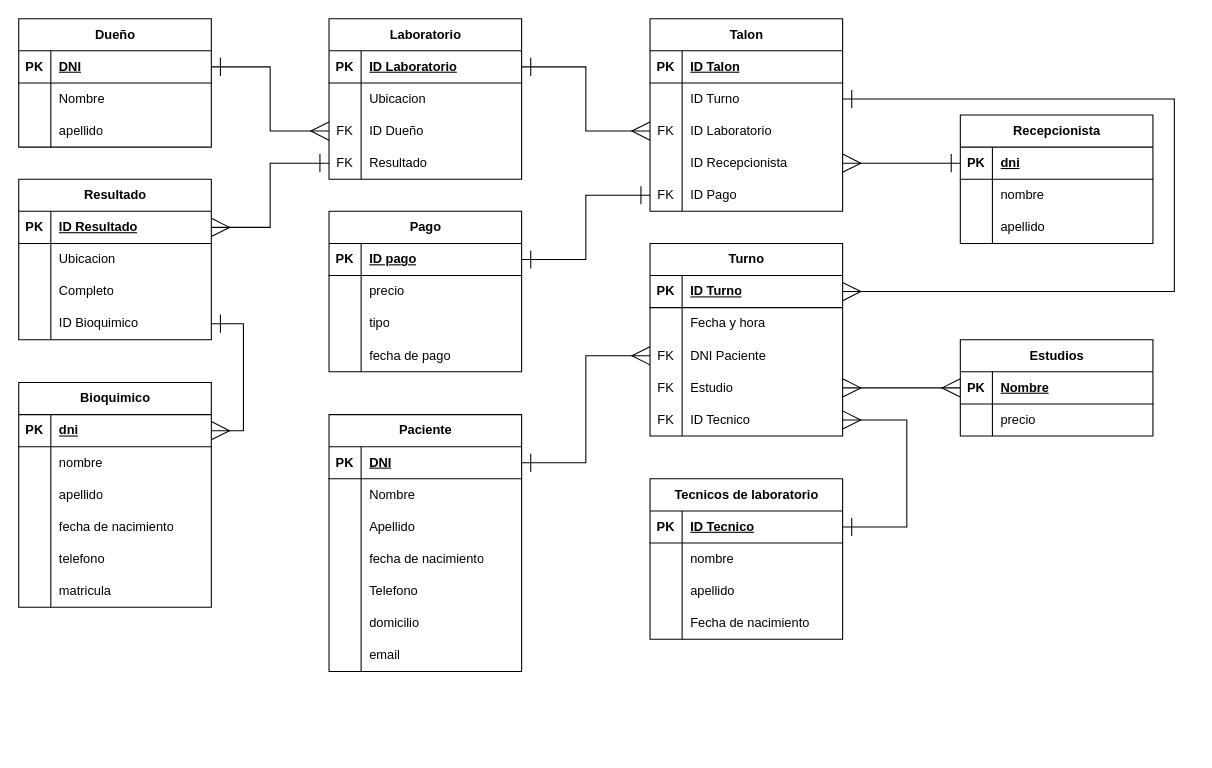
Before: Diagrama.drawio in EmanuelRigo/entrega-final-sql-coderhouse, a draw.io diagram. Source tidied: cells renumbered, new cells numbered last; positions are measured from the earlier drawing's top-left corner, leaving out a move shared by most shapes. Both pictures are drawn from the tidied source at 107%, with x=0, y=0 at pixel (18, 18).
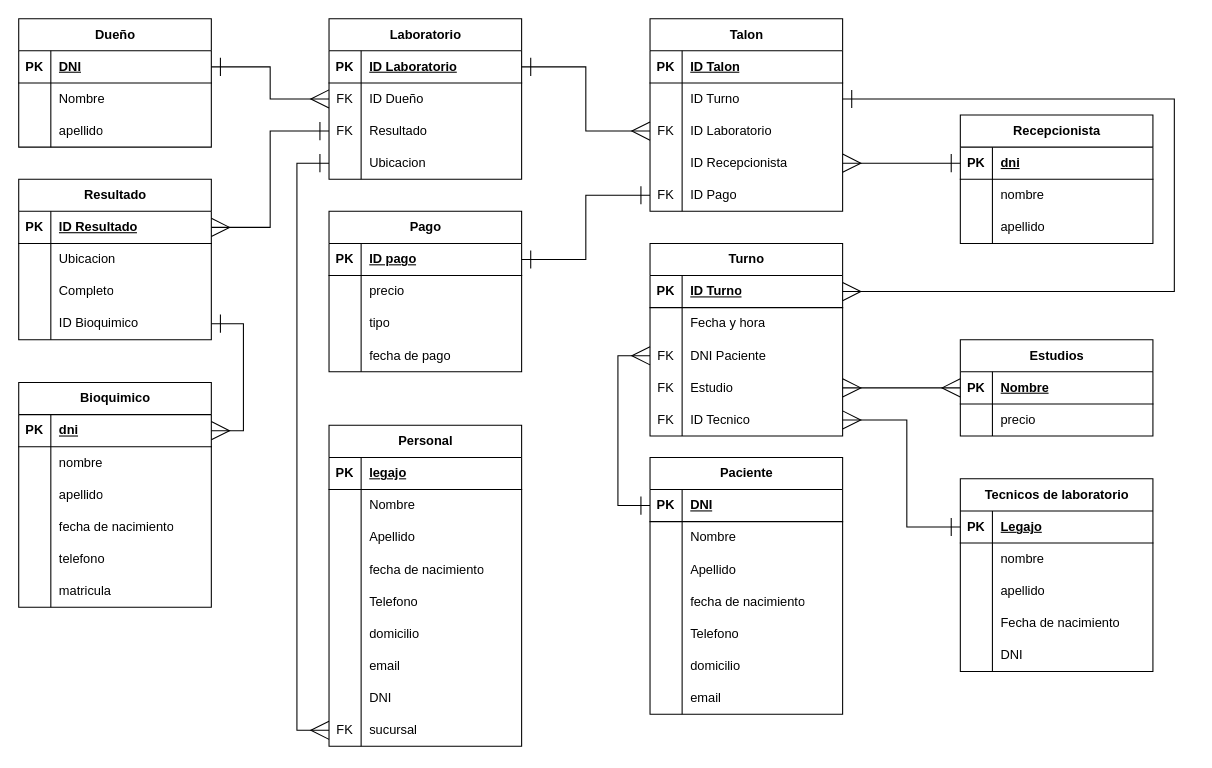
Above is the later version.

The change refers to these unchanged cells:
```xml
<mxCell id="3" style="shape=tableRow;horizontal=0;startSize=0;swimlaneHead=0;swimlaneBody=0;fillColor=none;points=[[0,0.5],[1,0.5]];portConstraint=eastwest;top=0;left=0;right=0;bottom=1;swimlaneLine=1;shadow=0;rounded=0;" parent="2" vertex="1">
  <mxGeometry y="30" width="180" height="30" as="geometry" />
</mxCell>
<mxCell id="32" style="shape=tableRow;horizontal=0;startSize=0;swimlaneHead=0;swimlaneBody=0;fillColor=none;points=[[0,0.5],[1,0.5]];portConstraint=eastwest;top=0;left=0;right=0;bottom=1;swimlaneLine=1;shadow=0;rounded=0;" parent="31" vertex="1">
  <mxGeometry y="30" width="180" height="30" as="geometry" />
</mxCell>
<mxCell id="89" value="Laboratorio" style="shape=table;startSize=30;childLayout=tableLayout;rowLines=0;fontStyle=1;align=center;html=1;fontColor=default;labelBackgroundColor=none;labelBorderColor=none;textShadow=0;" parent="1" vertex="1">
  <mxGeometry x="290" width="180" height="150" as="geometry" />
</mxCell>
<mxCell id="132" style="shape=tableRow;horizontal=0;startSize=0;swimlaneHead=0;swimlaneBody=0;fillColor=none;points=[[0,0.5],[1,0.5]];portConstraint=eastwest;top=0;left=0;right=0;bottom=0;" parent="125" vertex="1">
  <mxGeometry y="90" width="180" height="30" as="geometry" />
</mxCell>
<mxCell id="138" style="shape=tableRow;horizontal=0;startSize=0;swimlaneHead=0;swimlaneBody=0;fillColor=none;points=[[0,0.5],[1,0.5]];portConstraint=eastwest;top=0;left=0;right=0;bottom=0;" parent="125" vertex="1">
  <mxGeometry y="150" width="180" height="30" as="geometry" />
</mxCell>
```

Diff of the diagram source:
```diff
@@
     <mxCell id="2" value="Paciente" style="shape=table;startSize=30;childLayout=tableLayout;rowLines=0;fontStyle=1;align=center;html=1;fontColor=default;labelBackgroundColor=none;labelBorderColor=none;textShadow=0;" parent="1" vertex="1">
-      <mxGeometry x="290" y="370" width="180" height="240" as="geometry" />
+      <mxGeometry x="590" y="410" width="180" height="240" as="geometry" />
     </mxCell>
@@
     <mxCell id="31" value="Tecnicos de laboratorio" style="shape=table;startSize=30;childLayout=tableLayout;rowLines=0;fontStyle=1;align=center;html=1;fontColor=default;labelBackgroundColor=none;labelBorderColor=none;textShadow=0;" parent="1" vertex="1">
-      <mxGeometry x="590" y="430" width="180" height="150" as="geometry" />
+      <mxGeometry x="880" y="430" width="180" height="180" as="geometry" />
     </mxCell>
@@
-    <mxCell id="34" value="ID Tecnico" style="shape=partialRectangle;fillColor=none;top=0;left=0;bottom=0;right=0;align=left;spacingLeft=6;fontStyle=5;overflow=hidden;whiteSpace=wrap;html=1;" parent="32" vertex="1">
+    <mxCell id="34" value="Legajo" style="shape=partialRectangle;fillColor=none;top=0;left=0;bottom=0;right=0;align=left;spacingLeft=6;fontStyle=5;overflow=hidden;whiteSpace=wrap;html=1;" parent="32" vertex="1">
       <mxGeometry x="30" width="150" height="30" as="geometry" />
     </mxCell>
@@
+    <mxCell id="164" style="shape=tableRow;horizontal=0;startSize=0;swimlaneHead=0;swimlaneBody=0;fillColor=none;top=0;left=0;right=0;bottom=0;" parent="31" vertex="1">
+      <mxGeometry y="150" width="180" height="30" as="geometry" />
+    </mxCell>
+    <mxCell id="165" style="shape=partialRectangle;fillColor=none;top=0;left=0;bottom=0;right=0;overflow=hidden;whiteSpace=wrap;html=1;" parent="164" vertex="1">
+      <mxGeometry width="30" height="30" as="geometry" />
+    </mxCell>
+    <mxCell id="166" value="DNI" style="shape=partialRectangle;fillColor=none;top=0;left=0;bottom=0;right=0;align=left;spacingLeft=6;overflow=hidden;whiteSpace=wrap;html=1;" parent="164" vertex="1">
+      <mxGeometry x="30" width="150" height="30" as="geometry" />
+    </mxCell>
@@
-    <mxCell id="93" style="shape=tableRow;horizontal=0;startSize=0;swimlaneHead=0;swimlaneBody=0;fillColor=none;points=[[0,0.5],[1,0.5]];portConstraint=eastwest;top=0;left=0;right=0;bottom=0;" parent="89" vertex="1">
-      <mxGeometry y="60" width="180" height="30" as="geometry" />
-    </mxCell>
-    <mxCell id="94" style="shape=partialRectangle;fillColor=none;top=0;left=0;bottom=0;right=0;overflow=hidden;whiteSpace=wrap;html=1;" parent="93" vertex="1">
-      <mxGeometry width="30" height="30" as="geometry" />
-    </mxCell>
-    <mxCell id="95" value="Ubicacion" style="shape=partialRectangle;fillColor=none;top=0;left=0;bottom=0;right=0;align=left;spacingLeft=6;overflow=hidden;whiteSpace=wrap;html=1;" parent="93" vertex="1">
-      <mxGeometry x="30" width="150" height="30" as="geometry" />
-    </mxCell>
     <mxCell id="96" style="shape=tableRow;horizontal=0;startSize=0;swimlaneHead=0;swimlaneBody=0;fillColor=none;points=[[0,0.5],[1,0.5]];portConstraint=eastwest;top=0;left=0;right=0;bottom=0;" parent="89" vertex="1">
-      <mxGeometry y="90" width="180" height="30" as="geometry" />
+      <mxGeometry y="60" width="180" height="30" as="geometry" />
     </mxCell>
@@
     <mxCell id="99" style="shape=tableRow;horizontal=0;startSize=0;swimlaneHead=0;swimlaneBody=0;fillColor=none;points=[[0,0.5],[1,0.5]];portConstraint=eastwest;top=0;left=0;right=0;bottom=0;" parent="89" vertex="1">
-      <mxGeometry y="120" width="180" height="30" as="geometry" />
+      <mxGeometry y="90" width="180" height="30" as="geometry" />
     </mxCell>
@@
+    <mxCell id="93" style="shape=tableRow;horizontal=0;startSize=0;swimlaneHead=0;swimlaneBody=0;fillColor=none;points=[[0,0.5],[1,0.5]];portConstraint=eastwest;top=0;left=0;right=0;bottom=0;" parent="89" vertex="1">
+      <mxGeometry y="120" width="180" height="30" as="geometry" />
+    </mxCell>
+    <mxCell id="94" style="shape=partialRectangle;fillColor=none;top=0;left=0;bottom=0;right=0;overflow=hidden;whiteSpace=wrap;html=1;" parent="93" vertex="1">
+      <mxGeometry width="30" height="30" as="geometry" />
+    </mxCell>
+    <mxCell id="95" value="Ubicacion" style="shape=partialRectangle;fillColor=none;top=0;left=0;bottom=0;right=0;align=left;spacingLeft=6;overflow=hidden;whiteSpace=wrap;html=1;" parent="93" vertex="1">
+      <mxGeometry x="30" width="150" height="30" as="geometry" />
+    </mxCell>
@@
-    <mxCell id="141" style="edgeStyle=orthogonalEdgeStyle;rounded=0;jettySize=auto;html=1;entryX=1;entryY=0.5;entryDx=0;entryDy=0;endArrow=ERone;endFill=0;strokeWidth=1;endSize=15;sourcePerimeterSpacing=0;shadow=0;flowAnimation=0;startArrow=ERmany;startFill=0;startSize=15;" parent="1" edge="1" source="132" target="3">
+    <mxCell id="141" style="edgeStyle=orthogonalEdgeStyle;rounded=0;jettySize=auto;html=1;entryX=0;entryY=0.5;entryDx=0;entryDy=0;endArrow=ERone;endFill=0;strokeWidth=1;endSize=15;sourcePerimeterSpacing=0;shadow=0;flowAnimation=0;startArrow=ERmany;startFill=0;startSize=15;" parent="1" edge="1" source="132" target="3">
       <mxGeometry relative="1" as="geometry" />
     </mxCell>
@@
-    <mxCell id="145" style="edgeStyle=orthogonalEdgeStyle;shape=connector;rounded=0;jettySize=auto;html=1;exitX=1;exitY=0.5;exitDx=0;exitDy=0;entryX=1;entryY=0.5;entryDx=0;entryDy=0;strokeColor=default;align=center;verticalAlign=middle;fontFamily=Helvetica;fontSize=11;fontColor=default;labelBackgroundColor=default;startArrow=ERone;startFill=0;startSize=15;endArrow=ERmany;endFill=0;endSize=15;" parent="1" edge="1" source="32" target="138">
+    <mxCell id="145" style="edgeStyle=orthogonalEdgeStyle;shape=connector;rounded=0;jettySize=auto;html=1;exitX=0;exitY=0.5;exitDx=0;exitDy=0;entryX=1;entryY=0.5;entryDx=0;entryDy=0;strokeColor=default;align=center;verticalAlign=middle;fontFamily=Helvetica;fontSize=11;fontColor=default;labelBackgroundColor=default;startArrow=ERone;startFill=0;startSize=15;endArrow=ERmany;endFill=0;endSize=15;" parent="1" edge="1" source="32" target="138">
       <mxGeometry relative="1" as="geometry">
         <Array as="points">
           <mxPoint x="830" y="475" />
           <mxPoint x="830" y="375" />
         </Array>
       </mxGeometry>
     </mxCell>
@@
+    <mxCell id="167" value="Personal" style="shape=table;startSize=30;childLayout=tableLayout;rowLines=0;fontStyle=1;align=center;html=1;fontColor=default;labelBackgroundColor=none;labelBorderColor=none;textShadow=0;" parent="1" vertex="1">
+      <mxGeometry x="290" y="380" width="180" height="300" as="geometry" />
+    </mxCell>
+    <mxCell id="168" style="shape=tableRow;horizontal=0;startSize=0;swimlaneHead=0;swimlaneBody=0;fillColor=none;top=0;left=0;right=0;bottom=1;swimlaneLine=1;shadow=0;rounded=0;" parent="167" vertex="1">
+      <mxGeometry y="30" width="180" height="30" as="geometry" />
+    </mxCell>
+    <mxCell id="169" value="PK" style="shape=partialRectangle;fillColor=none;top=0;left=0;bottom=0;right=0;fontStyle=1;overflow=hidden;whiteSpace=wrap;html=1;" parent="168" vertex="1">
+      <mxGeometry width="30" height="30" as="geometry" />
+    </mxCell>
+    <mxCell id="170" value="legajo" style="shape=partialRectangle;fillColor=none;top=0;left=0;bottom=0;right=0;align=left;spacingLeft=6;fontStyle=5;overflow=hidden;whiteSpace=wrap;html=1;" parent="168" vertex="1">
+      <mxGeometry x="30" width="150" height="30" as="geometry" />
+    </mxCell>
+    <mxCell id="171" style="shape=tableRow;horizontal=0;startSize=0;swimlaneHead=0;swimlaneBody=0;fillColor=none;top=0;left=0;right=0;bottom=0;" parent="167" vertex="1">
+      <mxGeometry y="60" width="180" height="30" as="geometry" />
+    </mxCell>
+    <mxCell id="172" style="shape=partialRectangle;fillColor=none;top=0;left=0;bottom=0;right=0;overflow=hidden;whiteSpace=wrap;html=1;" parent="171" vertex="1">
+      <mxGeometry width="30" height="30" as="geometry" />
+    </mxCell>
+    <mxCell id="173" value="Nombre" style="shape=partialRectangle;fillColor=none;top=0;left=0;bottom=0;right=0;align=left;spacingLeft=6;overflow=hidden;whiteSpace=wrap;html=1;" parent="171" vertex="1">
+      <mxGeometry x="30" width="150" height="30" as="geometry" />
+    </mxCell>
+    <mxCell id="174" style="shape=tableRow;horizontal=0;startSize=0;swimlaneHead=0;swimlaneBody=0;fillColor=none;top=0;left=0;right=0;bottom=0;" parent="167" vertex="1">
+      <mxGeometry y="90" width="180" height="30" as="geometry" />
+    </mxCell>
+    <mxCell id="175" style="shape=partialRectangle;fillColor=none;top=0;left=0;bottom=0;right=0;overflow=hidden;whiteSpace=wrap;html=1;" parent="174" vertex="1">
+      <mxGeometry width="30" height="30" as="geometry" />
+    </mxCell>
+    <mxCell id="176" value="Apellido" style="shape=partialRectangle;fillColor=none;top=0;left=0;bottom=0;right=0;align=left;spacingLeft=6;overflow=hidden;whiteSpace=wrap;html=1;" parent="174" vertex="1">
+      <mxGeometry x="30" width="150" height="30" as="geometry" />
+    </mxCell>
+    <mxCell id="177" style="shape=tableRow;horizontal=0;startSize=0;swimlaneHead=0;swimlaneBody=0;fillColor=none;top=0;left=0;right=0;bottom=0;" parent="167" vertex="1">
+      <mxGeometry y="120" width="180" height="30" as="geometry" />
+    </mxCell>
+    <mxCell id="178" style="shape=partialRectangle;fillColor=none;top=0;left=0;bottom=0;right=0;overflow=hidden;whiteSpace=wrap;html=1;" parent="177" vertex="1">
+      <mxGeometry width="30" height="30" as="geometry" />
+    </mxCell>
+    <mxCell id="179" value="fecha de nacimiento" style="shape=partialRectangle;fillColor=none;top=0;left=0;bottom=0;right=0;align=left;spacingLeft=6;overflow=hidden;whiteSpace=wrap;html=1;" parent="177" vertex="1">
+      <mxGeometry x="30" width="150" height="30" as="geometry" />
+    </mxCell>
+    <mxCell id="180" style="shape=tableRow;horizontal=0;startSize=0;swimlaneHead=0;swimlaneBody=0;fillColor=none;top=0;left=0;right=0;bottom=0;" parent="167" vertex="1">
+      <mxGeometry y="150" width="180" height="30" as="geometry" />
+    </mxCell>
+    <mxCell id="181" style="shape=partialRectangle;fillColor=none;top=0;left=0;bottom=0;right=0;overflow=hidden;whiteSpace=wrap;html=1;" parent="180" vertex="1">
+      <mxGeometry width="30" height="30" as="geometry" />
+    </mxCell>
+    <mxCell id="182" value="Telefono" style="shape=partialRectangle;fillColor=none;top=0;left=0;bottom=0;right=0;align=left;spacingLeft=6;overflow=hidden;whiteSpace=wrap;html=1;" parent="180" vertex="1">
+      <mxGeometry x="30" width="150" height="30" as="geometry" />
+    </mxCell>
+    <mxCell id="183" style="shape=tableRow;horizontal=0;startSize=0;swimlaneHead=0;swimlaneBody=0;fillColor=none;top=0;left=0;right=0;bottom=0;" parent="167" vertex="1">
+      <mxGeometry y="180" width="180" height="30" as="geometry" />
+    </mxCell>
+    <mxCell id="184" style="shape=partialRectangle;fillColor=none;top=0;left=0;bottom=0;right=0;overflow=hidden;whiteSpace=wrap;html=1;" parent="183" vertex="1">
+      <mxGeometry width="30" height="30" as="geometry" />
+    </mxCell>
+    <mxCell id="185" value="domicilio" style="shape=partialRectangle;fillColor=none;top=0;left=0;bottom=0;right=0;align=left;spacingLeft=6;overflow=hidden;whiteSpace=wrap;html=1;" parent="183" vertex="1">
+      <mxGeometry x="30" width="150" height="30" as="geometry" />
+    </mxCell>
+    <mxCell id="186" style="shape=tableRow;horizontal=0;startSize=0;swimlaneHead=0;swimlaneBody=0;fillColor=none;top=0;left=0;right=0;bottom=0;" parent="167" vertex="1">
+      <mxGeometry y="210" width="180" height="30" as="geometry" />
+    </mxCell>
+    <mxCell id="187" style="shape=partialRectangle;fillColor=none;top=0;left=0;bottom=0;right=0;overflow=hidden;whiteSpace=wrap;html=1;" parent="186" vertex="1">
+      <mxGeometry width="30" height="30" as="geometry" />
+    </mxCell>
+    <mxCell id="188" value="email" style="shape=partialRectangle;fillColor=none;top=0;left=0;bottom=0;right=0;align=left;spacingLeft=6;overflow=hidden;whiteSpace=wrap;html=1;" parent="186" vertex="1">
+      <mxGeometry x="30" width="150" height="30" as="geometry" />
+    </mxCell>
+    <mxCell id="189" style="shape=tableRow;horizontal=0;startSize=0;swimlaneHead=0;swimlaneBody=0;fillColor=none;top=0;left=0;right=0;bottom=0;" parent="167" vertex="1">
+      <mxGeometry y="240" width="180" height="30" as="geometry" />
+    </mxCell>
+    <mxCell id="190" style="shape=partialRectangle;fillColor=none;top=0;left=0;bottom=0;right=0;overflow=hidden;whiteSpace=wrap;html=1;" parent="189" vertex="1">
+      <mxGeometry width="30" height="30" as="geometry" />
+    </mxCell>
+    <mxCell id="191" value="DNI" style="shape=partialRectangle;fillColor=none;top=0;left=0;bottom=0;right=0;align=left;spacingLeft=6;overflow=hidden;whiteSpace=wrap;html=1;" parent="189" vertex="1">
+      <mxGeometry x="30" width="150" height="30" as="geometry" />
+    </mxCell>
+    <mxCell id="192" style="shape=tableRow;horizontal=0;startSize=0;swimlaneHead=0;swimlaneBody=0;fillColor=none;points=[[0,0.5],[1,0.5]];portConstraint=eastwest;top=0;left=0;right=0;bottom=0;" parent="167" vertex="1">
+      <mxGeometry y="270" width="180" height="30" as="geometry" />
+    </mxCell>
+    <mxCell id="193" value="FK" style="shape=partialRectangle;fillColor=none;top=0;left=0;bottom=0;right=0;overflow=hidden;whiteSpace=wrap;html=1;" parent="192" vertex="1">
+      <mxGeometry width="30" height="30" as="geometry" />
+    </mxCell>
+    <mxCell id="194" value="sucursal" style="shape=partialRectangle;fillColor=none;top=0;left=0;bottom=0;right=0;align=left;spacingLeft=6;overflow=hidden;whiteSpace=wrap;html=1;" parent="192" vertex="1">
+      <mxGeometry x="30" width="150" height="30" as="geometry" />
+    </mxCell>
+    <mxCell id="195" style="edgeStyle=orthogonalEdgeStyle;rounded=0;jettySize=auto;html=1;exitX=0;exitY=0.5;exitDx=0;exitDy=0;entryX=0;entryY=0.5;entryDx=0;entryDy=0;endArrow=ERmany;endFill=0;endSize=15;startArrow=ERone;startFill=0;startSize=15;" parent="1" edge="1" source="93" target="192">
+      <mxGeometry relative="1" as="geometry">
+        <Array as="points">
+          <mxPoint x="260" y="135" />
+          <mxPoint x="260" y="665" />
+        </Array>
+      </mxGeometry>
+    </mxCell>
```
